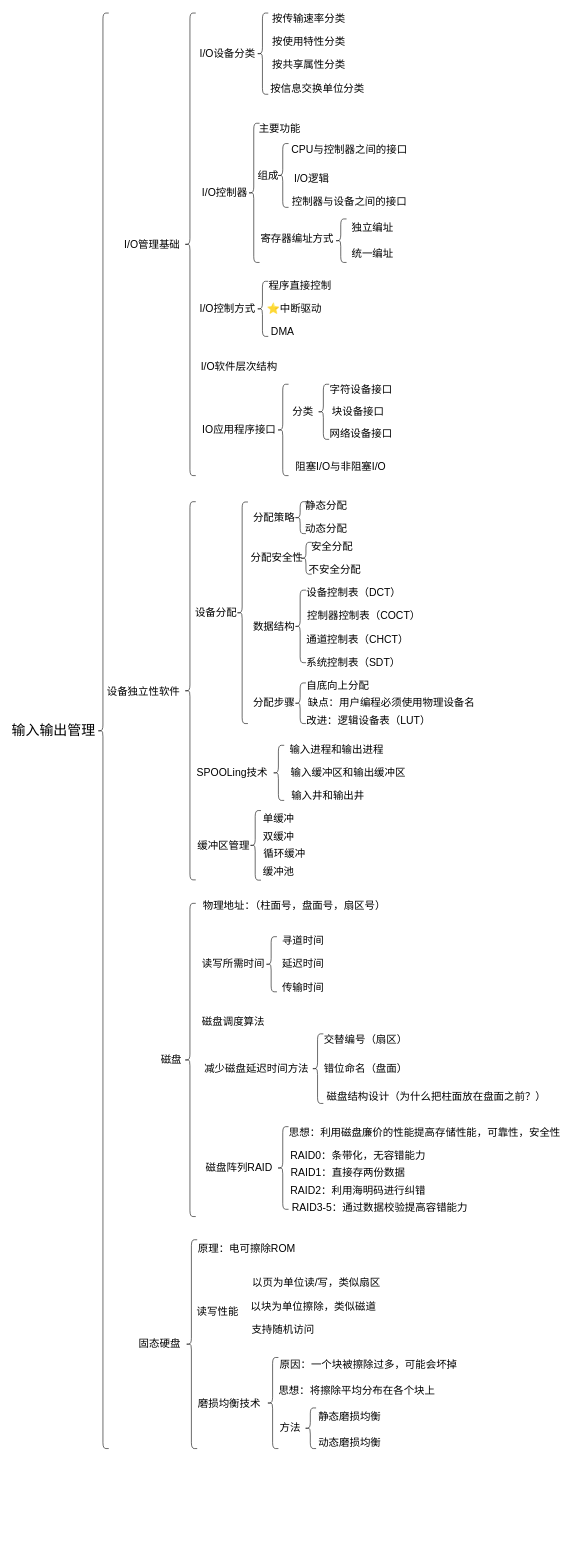
2968392441/draw keeps this draw.io diagram as page "第 5 页" (5 of 5) of 操作系统.drawio. Above is the earlier version. Source tidied: cells renumbered, new cells numbered last; positions are measured from the earlier drawing's top-left corner, leaving out a move shared by most shapes. Both pictures are drawn from the tidied source at 58%, with x=0, y=0 at pixel (10, 10).
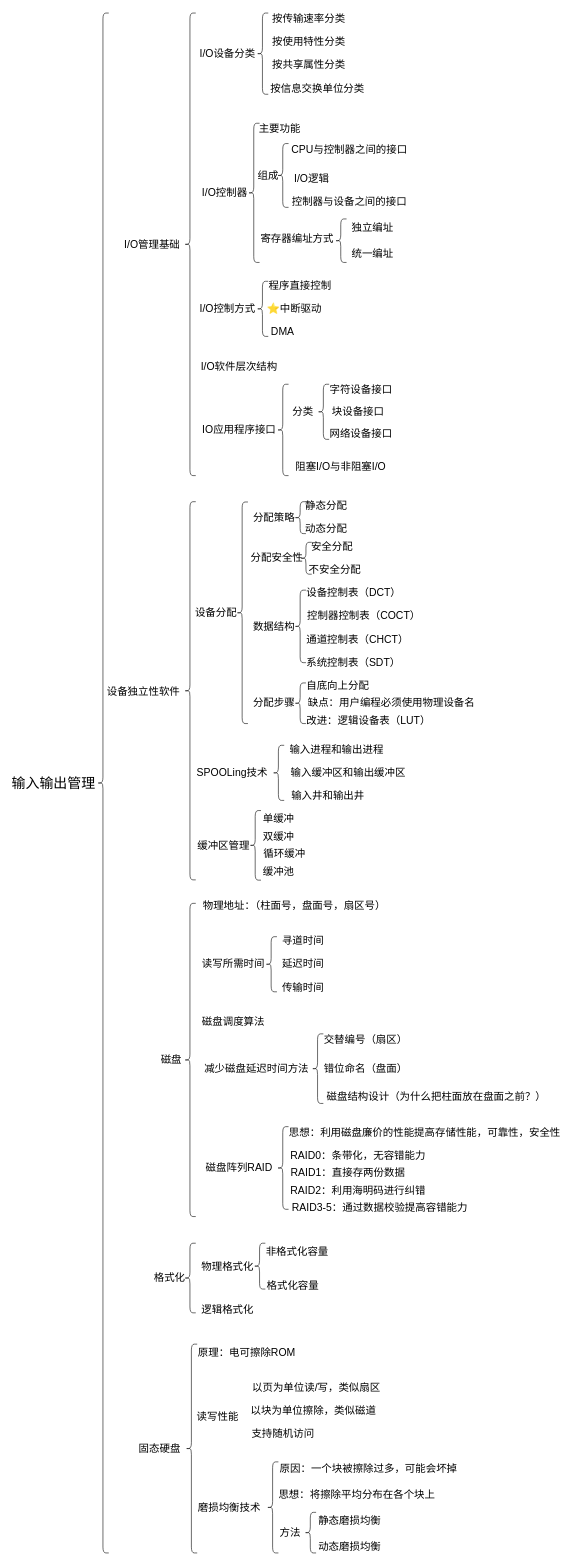
The same diagram, later.

Commit message:
更新操作系统.drawio

What changed in the source:
```diff
@@
     <mxCell id="34" value="&lt;span style=&quot;font-size: 18px;&quot;&gt;动态磨损均衡&lt;/span&gt;" style="text;html=1;whiteSpace=wrap;strokeColor=none;fillColor=none;align=center;verticalAlign=middle;rounded=0;" parent="1" vertex="1">
-      <mxGeometry x="527.5" y="2455" width="115" height="30" as="geometry" />
+      <mxGeometry x="527.5" y="2635" width="115" height="30" as="geometry" />
     </mxCell>
     <mxCell id="35" value="&lt;span style=&quot;font-size: 18px;&quot;&gt;静态磨损均衡&lt;/span&gt;" style="text;html=1;whiteSpace=wrap;strokeColor=none;fillColor=none;align=center;verticalAlign=middle;rounded=0;" parent="1" vertex="1">
-      <mxGeometry x="527.5" y="2410" width="115" height="30" as="geometry" />
+      <mxGeometry x="527.5" y="2590" width="115" height="30" as="geometry" />
     </mxCell>
     <mxCell id="36" value="&lt;span style=&quot;font-size: 18px;&quot;&gt;方法&lt;/span&gt;" style="text;html=1;whiteSpace=wrap;strokeColor=none;fillColor=none;align=center;verticalAlign=middle;rounded=0;" parent="1" vertex="1">
-      <mxGeometry x="437.5" y="2430" width="90" height="30" as="geometry" />
+      <mxGeometry x="437.5" y="2610" width="90" height="30" as="geometry" />
     </mxCell>
     <mxCell id="37" value="&lt;span style=&quot;font-size: 18px;&quot;&gt;思想：将擦除平均分布在各个块上&lt;/span&gt;" style="text;html=1;whiteSpace=wrap;strokeColor=none;fillColor=none;align=center;verticalAlign=middle;rounded=0;" parent="1" vertex="1">
-      <mxGeometry x="452.5" y="2365" width="290" height="30" as="geometry" />
+      <mxGeometry x="452.5" y="2545" width="290" height="30" as="geometry" />
     </mxCell>
     <mxCell id="38" value="&lt;span style=&quot;font-size: 18px;&quot;&gt;原因：一个块被擦除过多，可能会坏掉&lt;/span&gt;" style="text;html=1;whiteSpace=wrap;strokeColor=none;fillColor=none;align=center;verticalAlign=middle;rounded=0;" parent="1" vertex="1">
-      <mxGeometry x="447.5" y="2320" width="340" height="30" as="geometry" />
+      <mxGeometry x="447.5" y="2500" width="340" height="30" as="geometry" />
     </mxCell>
     <mxCell id="39" value="&lt;span style=&quot;font-size: 18px;&quot;&gt;磨损均衡技术&lt;/span&gt;" style="text;html=1;whiteSpace=wrap;strokeColor=none;fillColor=none;align=center;verticalAlign=middle;rounded=0;" parent="1" vertex="1">
-      <mxGeometry x="322.5" y="2386.5" width="110" height="30" as="geometry" />
+      <mxGeometry x="322.5" y="2566.5" width="110" height="30" as="geometry" />
     </mxCell>
     <mxCell id="40" value="&lt;span style=&quot;font-size: 18px;&quot;&gt;支持随机访问&lt;/span&gt;" style="text;html=1;whiteSpace=wrap;strokeColor=none;fillColor=none;align=center;verticalAlign=middle;rounded=0;" parent="1" vertex="1">
-      <mxGeometry x="412.5" y="2260" width="115" height="30" as="geometry" />
+      <mxGeometry x="412.5" y="2440" width="115" height="30" as="geometry" />
     </mxCell>
     <mxCell id="41" value="&lt;span style=&quot;font-size: 18px;&quot;&gt;以块为单位擦除，类似磁道&lt;/span&gt;" style="text;html=1;whiteSpace=wrap;strokeColor=none;fillColor=none;align=center;verticalAlign=middle;rounded=0;" parent="1" vertex="1">
-      <mxGeometry x="412.5" y="2220" width="220" height="30" as="geometry" />
+      <mxGeometry x="412.5" y="2400" width="220" height="30" as="geometry" />
     </mxCell>
     <mxCell id="42" value="&lt;span style=&quot;font-size: 18px;&quot;&gt;以页为单位读/写，类似扇区&lt;/span&gt;" style="text;html=1;whiteSpace=wrap;strokeColor=none;fillColor=none;align=center;verticalAlign=middle;rounded=0;" parent="1" vertex="1">
-      <mxGeometry x="412.5" y="2180" width="230" height="30" as="geometry" />
+      <mxGeometry x="412.5" y="2360" width="230" height="30" as="geometry" />
     </mxCell>
     <mxCell id="43" value="&lt;span style=&quot;font-size: 18px;&quot;&gt;读写性能&lt;/span&gt;" style="text;html=1;whiteSpace=wrap;strokeColor=none;fillColor=none;align=center;verticalAlign=middle;rounded=0;" parent="1" vertex="1">
-      <mxGeometry x="312.5" y="2230" width="90" height="30" as="geometry" />
+      <mxGeometry x="312.5" y="2410" width="90" height="30" as="geometry" />
     </mxCell>
     <mxCell id="44" value="&lt;span style=&quot;font-size: 18px;&quot;&gt;原理：电可擦除ROM&lt;/span&gt;" style="text;html=1;whiteSpace=wrap;strokeColor=none;fillColor=none;align=center;verticalAlign=middle;rounded=0;" parent="1" vertex="1">
-      <mxGeometry x="312.5" y="2120" width="190" height="30" as="geometry" />
+      <mxGeometry x="312.5" y="2300" width="190" height="30" as="geometry" />
     </mxCell>
     <mxCell id="45" value="&lt;span style=&quot;font-size: 18px;&quot;&gt;固态硬盘&lt;/span&gt;" style="text;html=1;whiteSpace=wrap;strokeColor=none;fillColor=none;align=center;verticalAlign=middle;rounded=0;" parent="1" vertex="1">
-      <mxGeometry x="212.5" y="2285" width="90" height="30" as="geometry" />
+      <mxGeometry x="212.5" y="2465" width="90" height="30" as="geometry" />
     </mxCell>
@@
     <mxCell id="96" style="shape=curlyBracket;whiteSpace=wrap;html=1;rounded=1;labelPosition=left;verticalLabelPosition=middle;align=right;verticalAlign=middle;" parent="1" vertex="1">
-      <mxGeometry x="507.5" y="2410" width="20" height="70" as="geometry" />
+      <mxGeometry x="507.5" y="2590" width="20" height="70" as="geometry" />
     </mxCell>
     <mxCell id="97" style="shape=curlyBracket;whiteSpace=wrap;html=1;rounded=1;labelPosition=left;verticalLabelPosition=middle;align=right;verticalAlign=middle;" parent="1" vertex="1">
-      <mxGeometry x="442.5" y="2323" width="20" height="157" as="geometry" />
+      <mxGeometry x="442.5" y="2503" width="20" height="157" as="geometry" />
     </mxCell>
     <mxCell id="98" style="shape=curlyBracket;whiteSpace=wrap;html=1;rounded=1;labelPosition=left;verticalLabelPosition=middle;align=right;verticalAlign=middle;" parent="1" vertex="1">
-      <mxGeometry x="302.5" y="2120" width="20" height="360" as="geometry" />
+      <mxGeometry x="302.5" y="2300" width="20" height="360" as="geometry" />
     </mxCell>
     <mxCell id="99" style="shape=curlyBracket;whiteSpace=wrap;html=1;rounded=1;labelPosition=left;verticalLabelPosition=middle;align=right;verticalAlign=middle;" parent="1" vertex="1">
-      <mxGeometry x="150" y="5" width="20" height="2475" as="geometry" />
+      <mxGeometry x="150" y="5" width="20" height="2655" as="geometry" />
     </mxCell>
     <mxCell id="100" value="&lt;font style=&quot;font-size: 24px;&quot;&gt;输入输出管理&lt;/font&gt;" style="text;html=1;whiteSpace=wrap;strokeColor=none;fillColor=none;align=center;verticalAlign=middle;rounded=0;" parent="1" vertex="1">
-      <mxGeometry y="1227.5" width="150" height="30" as="geometry" />
+      <mxGeometry y="1317.5" width="150" height="30" as="geometry" />
     </mxCell>
@@
+    <mxCell id="108" value="&lt;span style=&quot;font-size: 18px;&quot;&gt;格式化&lt;/span&gt;" style="text;html=1;whiteSpace=wrap;strokeColor=none;fillColor=none;align=center;verticalAlign=middle;rounded=0;" parent="1" vertex="1">
+      <mxGeometry x="220" y="2171" width="110" height="30" as="geometry" />
+    </mxCell>
+    <mxCell id="109" value="&lt;span style=&quot;font-size: 18px;&quot;&gt;物理格式化&lt;/span&gt;" style="text;html=1;whiteSpace=wrap;strokeColor=none;fillColor=none;align=center;verticalAlign=middle;rounded=0;" parent="1" vertex="1">
+      <mxGeometry x="320" y="2150.5" width="110" height="30" as="geometry" />
+    </mxCell>
+    <mxCell id="110" value="&lt;span style=&quot;font-size: 18px;&quot;&gt;逻辑格式化&lt;/span&gt;" style="text;html=1;whiteSpace=wrap;strokeColor=none;fillColor=none;align=center;verticalAlign=middle;rounded=0;" parent="1" vertex="1">
+      <mxGeometry x="320" y="2225" width="110" height="30" as="geometry" />
+    </mxCell>
+    <mxCell id="111" value="&lt;span style=&quot;font-size: 18px;&quot;&gt;非格式化容量&lt;/span&gt;" style="text;html=1;whiteSpace=wrap;strokeColor=none;fillColor=none;align=center;verticalAlign=middle;rounded=0;" parent="1" vertex="1">
+      <mxGeometry x="440" y="2125" width="110" height="30" as="geometry" />
+    </mxCell>
+    <mxCell id="112" value="&lt;span style=&quot;font-size: 18px;&quot;&gt;格式化容量&lt;/span&gt;" style="text;html=1;whiteSpace=wrap;strokeColor=none;fillColor=none;align=center;verticalAlign=middle;rounded=0;" parent="1" vertex="1">
+      <mxGeometry x="430" y="2185" width="115" height="30" as="geometry" />
+    </mxCell>
+    <mxCell id="113" style="shape=curlyBracket;whiteSpace=wrap;html=1;rounded=1;labelPosition=left;verticalLabelPosition=middle;align=right;verticalAlign=middle;" parent="1" vertex="1">
+      <mxGeometry x="420" y="2126" width="20" height="79" as="geometry" />
+    </mxCell>
+    <mxCell id="114" style="shape=curlyBracket;whiteSpace=wrap;html=1;rounded=1;labelPosition=left;verticalLabelPosition=middle;align=right;verticalAlign=middle;" parent="1" vertex="1">
+      <mxGeometry x="300" y="2126" width="20" height="120" as="geometry" />
+    </mxCell>
```
